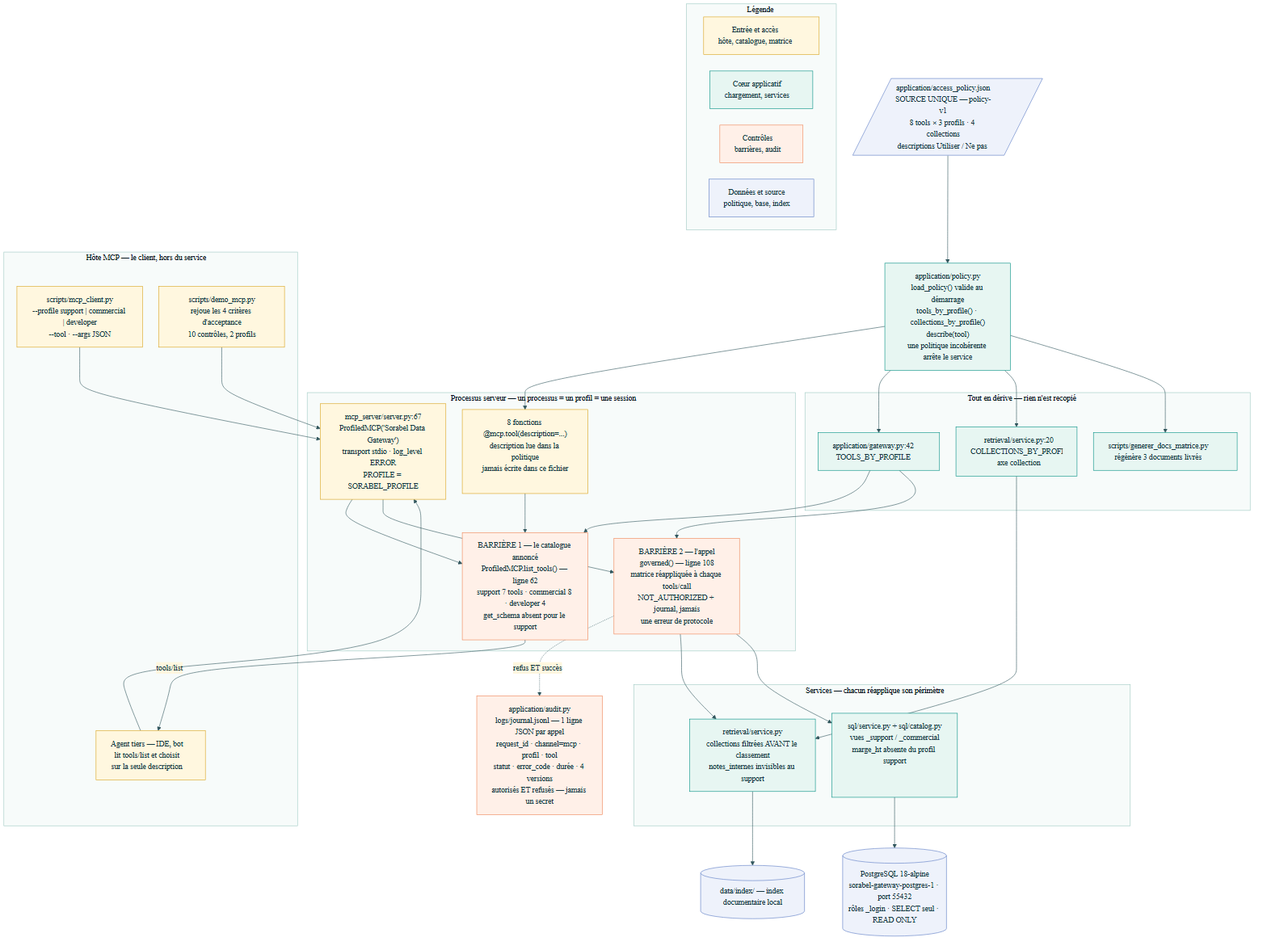
Before: docs/livrable/architecture/diagrams/12-architecture-technique-serveur-mcp.png, a diagram exported from Mermaid (Ganda15/sorabel-gateway). Its source is kept beside it as docs/livrable/architecture/diagrams/12-architecture-technique-serveur-mcp.mmd.
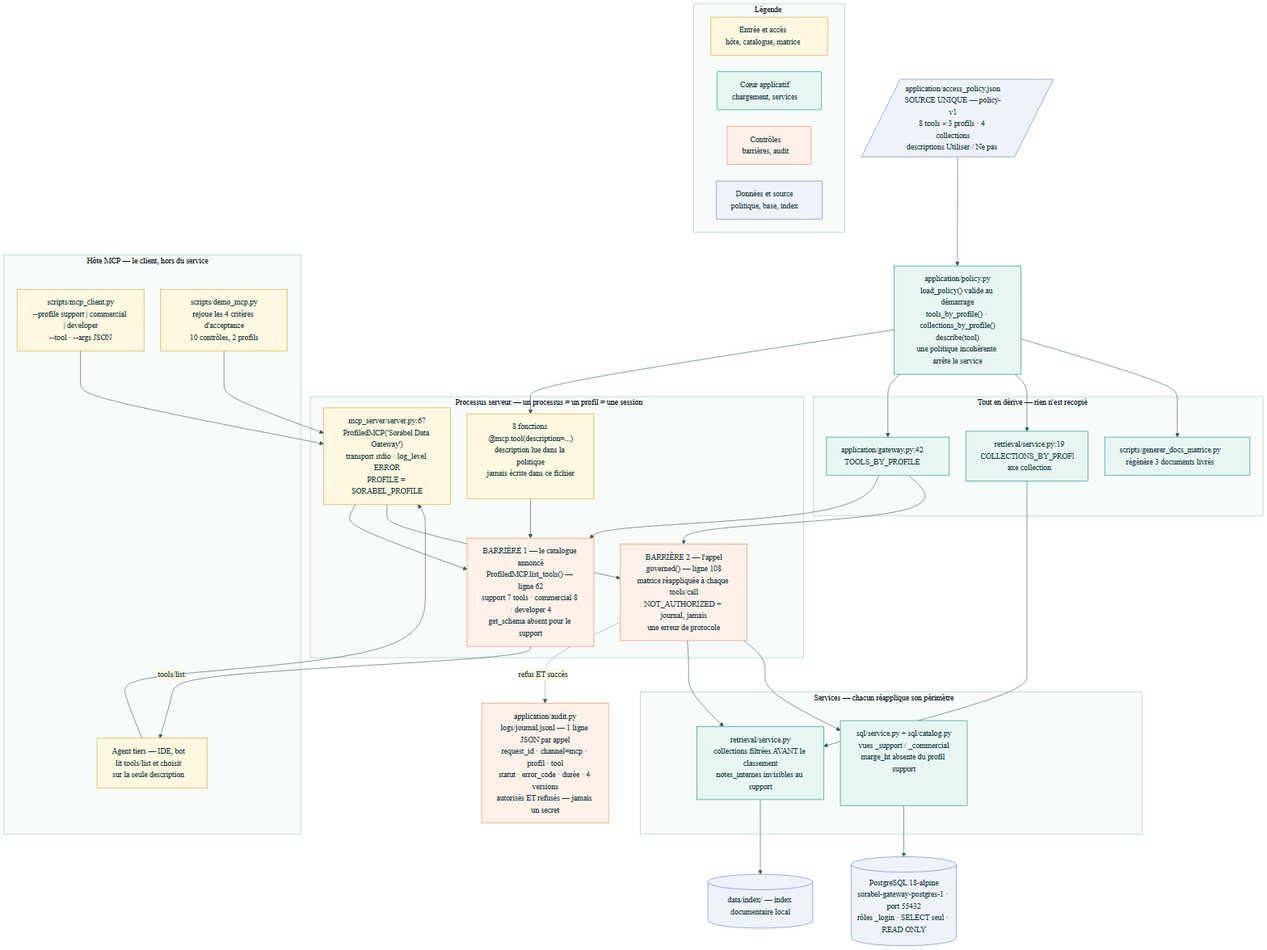
After the commit.

Diff of the diagram source:
```diff
@@ -37,7 +37,7 @@
   subgraph DERIVE["Tout en dérive — rien n'est recopié"]
     direction LR
     GW["application/gateway.py:42<br/>TOOLS_BY_PROFILE"]
-    RS["retrieval/service.py:20<br/>COLLECTIONS_BY_PROFILE<br/>axe collection"]
+    RS["retrieval/service.py:19<br/>COLLECTIONS_BY_PROFILE<br/>axe collection"]
     GEN["scripts/generer_docs_matrice.py<br/>régénère 3 documents livrés"]
   end
 
```
